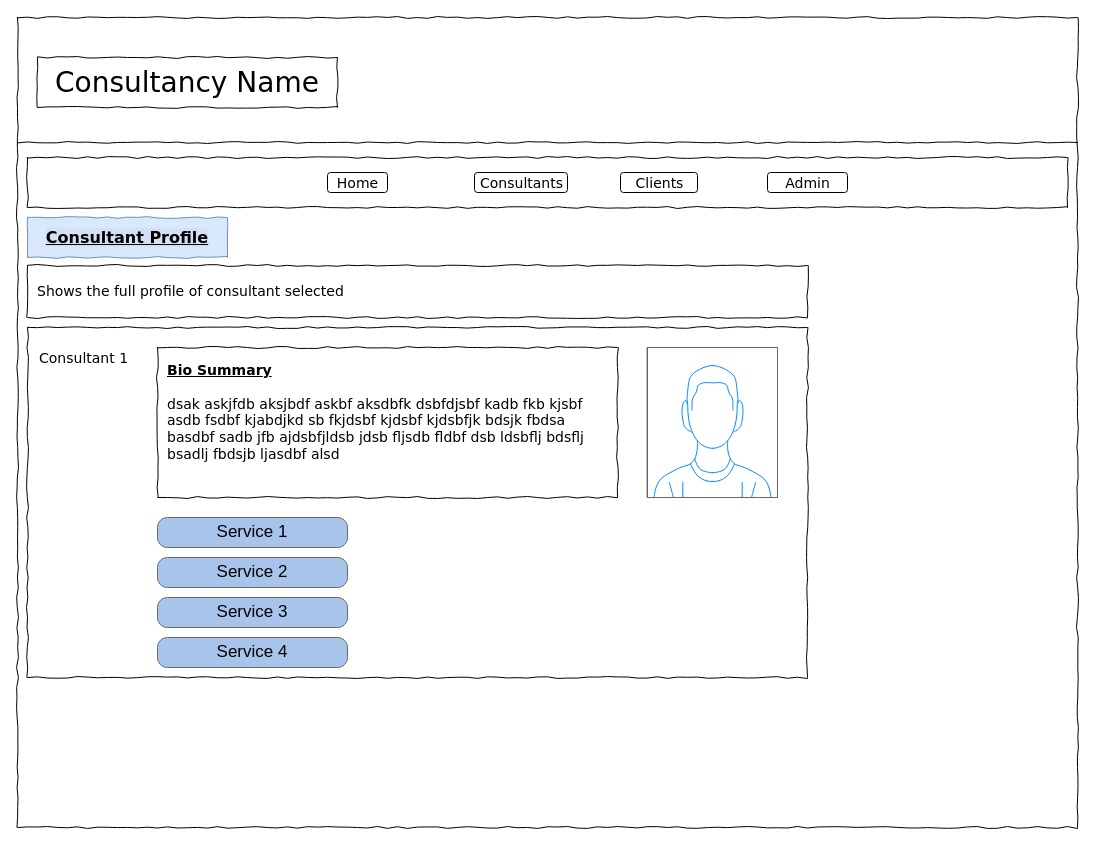
michaelmccoll/Project_Secure_Design keeps this draw.io diagram as page "Consultant" (3 of 7) of planning/Wireframes.drawio. Above is the earlier version. Source tidied: cells renumbered, new cells numbered last; positions are measured from the earlier drawing's top-left corner, leaving out a move shared by most shapes. Both pictures are drawn from the tidied source at 100%, with x=0, y=0 at pixel (17, 17).
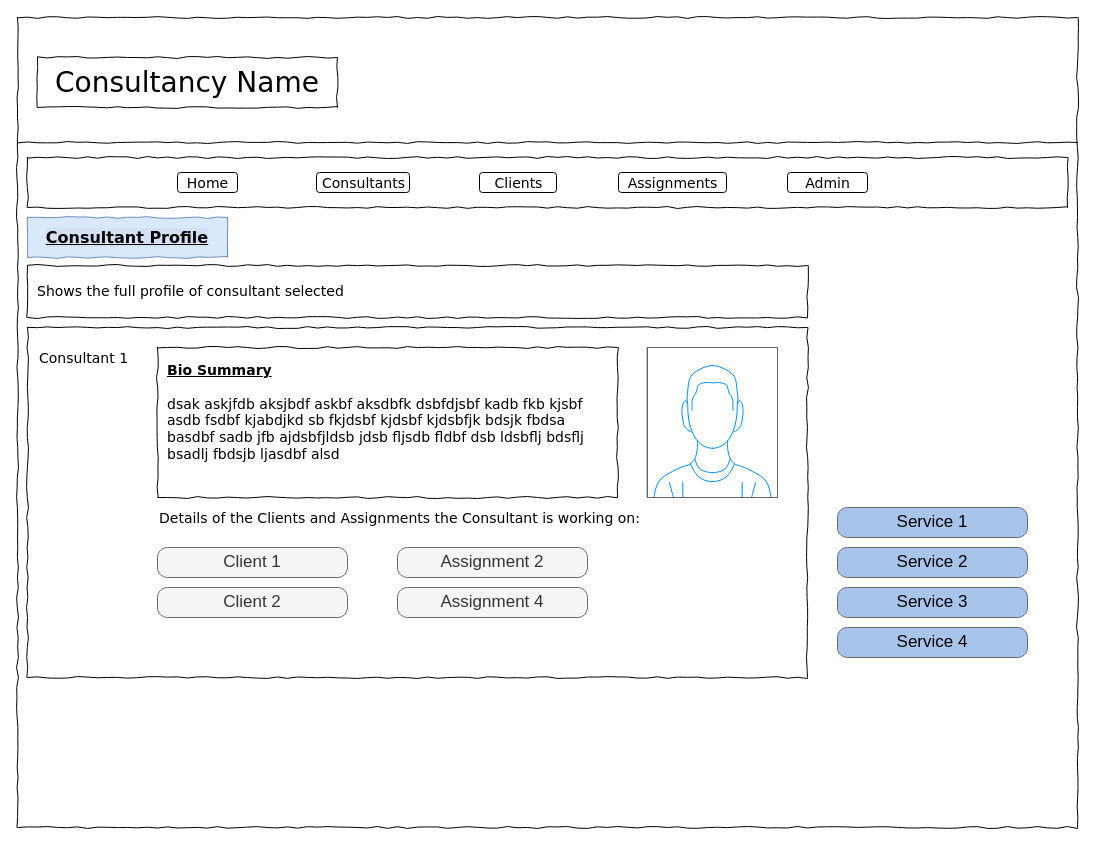
After the change.

Change to the diagram source:
```diff
@@
-    <mxCell id="7" value="Home" style="text;html=1;align=center;verticalAlign=top;spacingTop=-4;fontSize=14;fontFamily=Verdana;rounded=1;strokeColor=#000000;" parent="1" vertex="1">
-      <mxGeometry x="310" y="155" width="60" height="20" as="geometry" />
-    </mxCell>
-    <mxCell id="8" value="Consultants" style="text;html=1;align=center;verticalAlign=top;spacingTop=-4;fontSize=14;fontFamily=Verdana;rounded=1;strokeColor=#000000;" parent="1" vertex="1">
-      <mxGeometry x="457" y="155" width="93" height="20" as="geometry" />
-    </mxCell>
-    <mxCell id="9" value="Clients" style="text;html=1;align=center;verticalAlign=top;spacingTop=-4;fontSize=14;fontFamily=Verdana;rounded=1;strokeColor=#000000;" parent="1" vertex="1">
-      <mxGeometry x="603" y="155" width="77" height="20" as="geometry" />
-    </mxCell>
-    <mxCell id="10" value="Admin" style="text;html=1;align=center;verticalAlign=top;spacingTop=-4;fontSize=14;fontFamily=Verdana;rounded=1;strokeColor=#000000;" parent="1" vertex="1">
-      <mxGeometry x="750" y="155" width="80" height="20" as="geometry" />
-    </mxCell>
@@
     <mxCell id="16" value="Service 1" style="strokeWidth=1;shadow=0;dashed=0;align=center;html=1;shape=mxgraph.mockup.buttons.button;strokeColor=#666666;mainText=;buttonStyle=round;fontSize=17;fontStyle=0;whiteSpace=wrap;fillColor=#A9C4EB;" parent="1" vertex="1">
-      <mxGeometry x="140" y="500" width="190" height="30" as="geometry" />
+      <mxGeometry x="820" y="490" width="190" height="30" as="geometry" />
     </mxCell>
     <mxCell id="17" value="Service 2" style="strokeWidth=1;shadow=0;dashed=0;align=center;html=1;shape=mxgraph.mockup.buttons.button;strokeColor=#666666;mainText=;buttonStyle=round;fontSize=17;fontStyle=0;whiteSpace=wrap;fillColor=#A9C4EB;" parent="1" vertex="1">
-      <mxGeometry x="140" y="540" width="190" height="30" as="geometry" />
+      <mxGeometry x="820" y="530" width="190" height="30" as="geometry" />
     </mxCell>
     <mxCell id="18" value="Service 3" style="strokeWidth=1;shadow=0;dashed=0;align=center;html=1;shape=mxgraph.mockup.buttons.button;strokeColor=#666666;mainText=;buttonStyle=round;fontSize=17;fontStyle=0;whiteSpace=wrap;fillColor=#A9C4EB;" parent="1" vertex="1">
-      <mxGeometry x="140" y="580" width="190" height="30" as="geometry" />
+      <mxGeometry x="820" y="570" width="190" height="30" as="geometry" />
     </mxCell>
     <mxCell id="19" value="Service 4" style="strokeWidth=1;shadow=0;dashed=0;align=center;html=1;shape=mxgraph.mockup.buttons.button;strokeColor=#666666;mainText=;buttonStyle=round;fontSize=17;fontStyle=0;whiteSpace=wrap;fillColor=#A9C4EB;" parent="1" vertex="1">
-      <mxGeometry x="140" y="620" width="190" height="30" as="geometry" />
+      <mxGeometry x="820" y="610" width="190" height="30" as="geometry" />
     </mxCell>
+    <mxCell id="20" value="Client 1" style="strokeWidth=1;shadow=0;dashed=0;align=center;html=1;shape=mxgraph.mockup.buttons.button;strokeColor=#666666;mainText=;buttonStyle=round;fontSize=17;fontStyle=0;whiteSpace=wrap;fillColor=#f5f5f5;fontColor=#333333;" parent="1" vertex="1">
+      <mxGeometry x="140" y="530" width="190" height="30" as="geometry" />
+    </mxCell>
+    <mxCell id="21" value="Client 2" style="strokeWidth=1;shadow=0;dashed=0;align=center;html=1;shape=mxgraph.mockup.buttons.button;strokeColor=#666666;mainText=;buttonStyle=round;fontSize=17;fontStyle=0;whiteSpace=wrap;fillColor=#f5f5f5;fontColor=#333333;" parent="1" vertex="1">
+      <mxGeometry x="140" y="570" width="190" height="30" as="geometry" />
+    </mxCell>
+    <mxCell id="22" value="Assignment 2" style="strokeWidth=1;shadow=0;dashed=0;align=center;html=1;shape=mxgraph.mockup.buttons.button;strokeColor=#666666;mainText=;buttonStyle=round;fontSize=17;fontStyle=0;whiteSpace=wrap;fillColor=#f5f5f5;fontColor=#333333;" parent="1" vertex="1">
+      <mxGeometry x="380" y="530" width="190" height="30" as="geometry" />
+    </mxCell>
+    <mxCell id="23" value="Assignment 4" style="strokeWidth=1;shadow=0;dashed=0;align=center;html=1;shape=mxgraph.mockup.buttons.button;strokeColor=#666666;mainText=;buttonStyle=round;fontSize=17;fontStyle=0;whiteSpace=wrap;fillColor=#f5f5f5;fontColor=#333333;" parent="1" vertex="1">
+      <mxGeometry x="380" y="570" width="190" height="30" as="geometry" />
+    </mxCell>
+    <mxCell id="24" value="Details of the Clients and Assignments the Consultant is working on:" style="text;html=1;align=left;verticalAlign=top;spacingTop=-4;fontSize=14;fontFamily=Verdana;" parent="1" vertex="1">
+      <mxGeometry x="140" y="490" width="170" height="20" as="geometry" />
+    </mxCell>
+    <mxCell id="7" value="Home" style="text;html=1;align=center;verticalAlign=top;spacingTop=-4;fontSize=14;fontFamily=Verdana;rounded=1;strokeColor=#000000;" parent="1" vertex="1">
+      <mxGeometry x="160" y="155" width="60" height="20" as="geometry" />
+    </mxCell>
+    <mxCell id="8" value="Consultants" style="text;html=1;align=center;verticalAlign=top;spacingTop=-4;fontSize=14;fontFamily=Verdana;rounded=1;strokeColor=#000000;" parent="1" vertex="1">
+      <mxGeometry x="299" y="155" width="93" height="20" as="geometry" />
+    </mxCell>
+    <mxCell id="9" value="Clients" style="text;html=1;align=center;verticalAlign=top;spacingTop=-4;fontSize=14;fontFamily=Verdana;rounded=1;strokeColor=#000000;" parent="1" vertex="1">
+      <mxGeometry x="462" y="155" width="77" height="20" as="geometry" />
+    </mxCell>
+    <mxCell id="10" value="Admin" style="text;html=1;align=center;verticalAlign=top;spacingTop=-4;fontSize=14;fontFamily=Verdana;rounded=1;strokeColor=#000000;" parent="1" vertex="1">
+      <mxGeometry x="770" y="155" width="80" height="20" as="geometry" />
+    </mxCell>
+    <mxCell id="25" value="Assignments" style="text;html=1;align=center;verticalAlign=top;spacingTop=-4;fontSize=14;fontFamily=Verdana;rounded=1;strokeColor=#000000;" parent="1" vertex="1">
+      <mxGeometry x="601" y="155" width="108" height="20" as="geometry" />
+    </mxCell>
```
